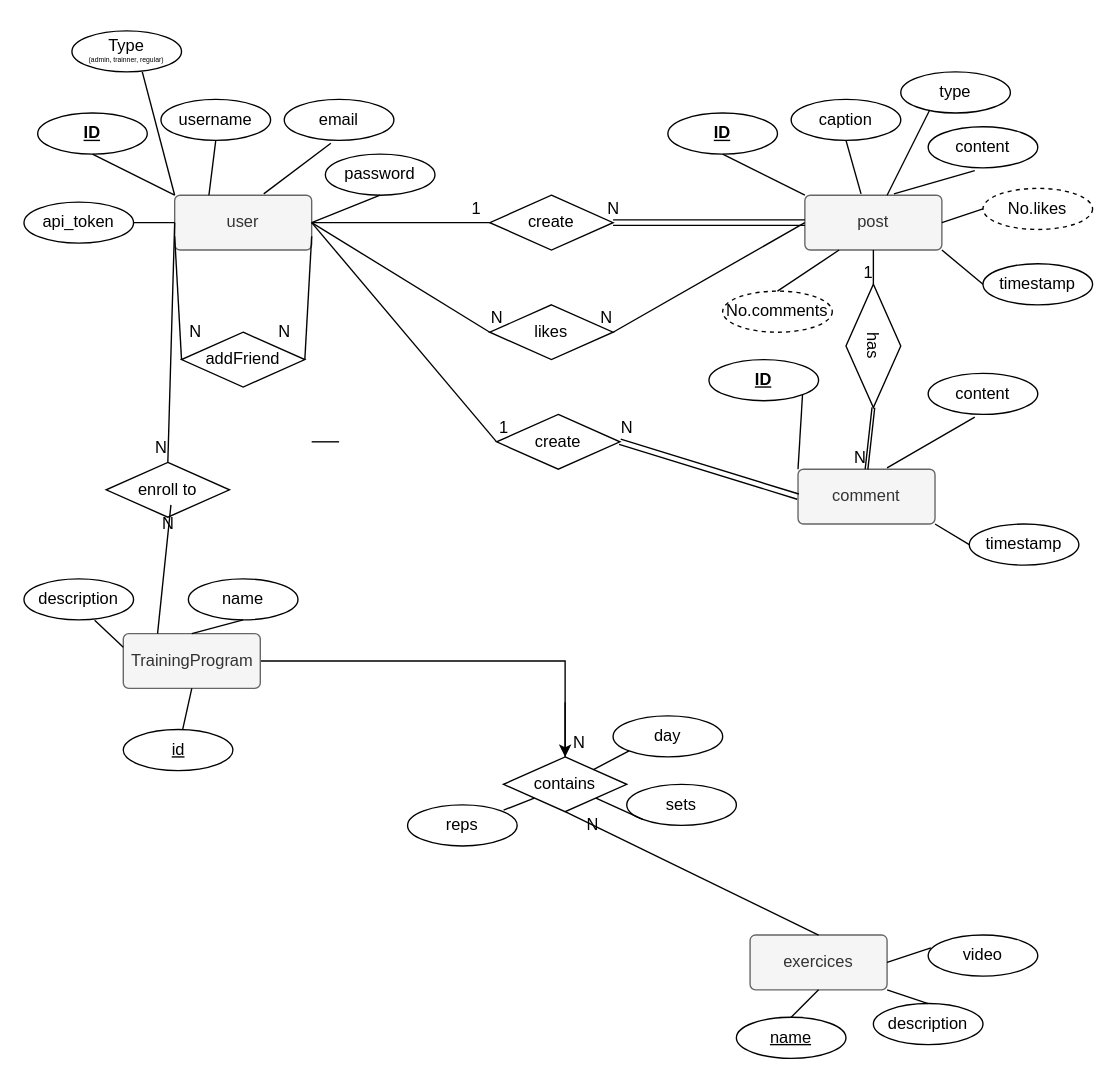
The draw.io diagram ER diagram.drawio in MohammadEssam0/database-related-things, before the edit. Source tidied: cells renumbered, new cells numbered last; positions are measured from the earlier drawing's top-left corner, leaving out a move shared by most shapes. Both pictures are drawn from the tidied source at 137%, with x=0, y=0 at pixel (23, 30).
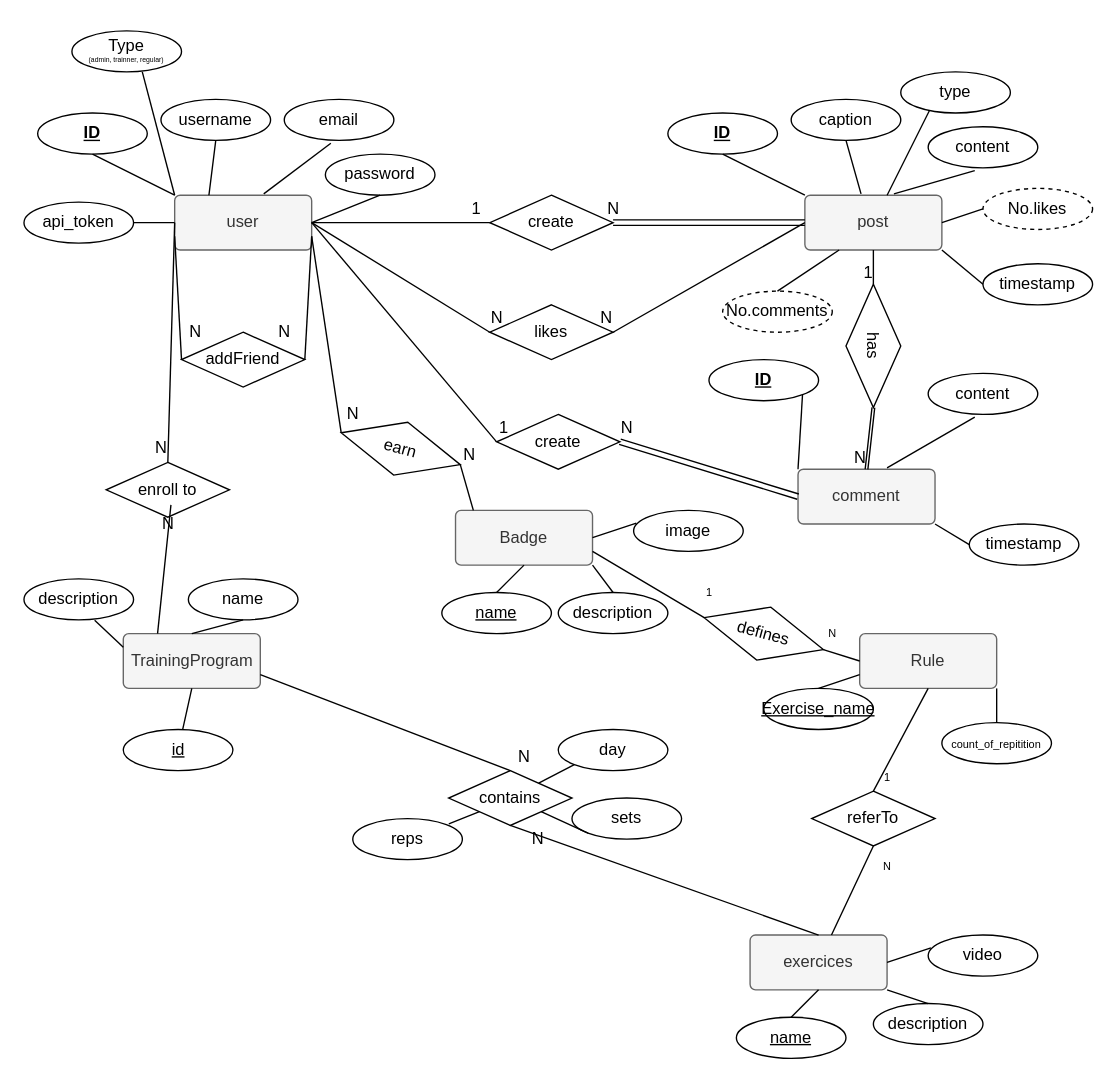
The same page after the edit.

The change refers to these unchanged cells:
```xml
<mxCell id="2" value="user" style="rounded=1;arcSize=10;whiteSpace=wrap;html=1;align=center;fillColor=#f5f5f5;fontColor=#333333;strokeColor=#666666;" parent="1" vertex="1">
  <mxGeometry x="110" y="120" width="100" height="40" as="geometry" />
</mxCell>
<mxCell id="54" value="&lt;div&gt;TrainingProgram&lt;/div&gt;" style="rounded=1;arcSize=10;whiteSpace=wrap;html=1;align=center;fillColor=#f5f5f5;fontColor=#333333;strokeColor=#666666;" parent="1" vertex="1">
  <mxGeometry x="72.5" y="440" width="100" height="40" as="geometry" />
</mxCell>
<mxCell id="59" value="exercices" style="rounded=1;arcSize=10;whiteSpace=wrap;html=1;align=center;fillColor=#f5f5f5;fontColor=#333333;strokeColor=#666666;" parent="1" vertex="1">
  <mxGeometry x="530" y="660" width="100" height="40" as="geometry" />
</mxCell>
```

Change to the diagram source:
```diff
@@
-    <mxCell id="53" style="edgeStyle=orthogonalEdgeStyle;rounded=0;jettySize=auto;html=1;" parent="1" edge="1" source="54" target="66">
-      <mxGeometry relative="1" as="geometry" />
-    </mxCell>
@@
     <mxCell id="66" value="&lt;div&gt;contains&lt;/div&gt;" style="shape=rhombus;perimeter=rhombusPerimeter;whiteSpace=wrap;html=1;align=center;" parent="1" vertex="1">
-      <mxGeometry x="350" y="530" width="90" height="40" as="geometry" />
+      <mxGeometry x="310" y="540" width="90" height="40" as="geometry" />
     </mxCell>
-    <mxCell id="67" style="endArrow=none;html=1;rounded=0;entryX=0.5;entryY=0;entryDx=0;entryDy=0;" parent="1" edge="1" target="66">
-      <mxGeometry relative="1" as="geometry">
-        <mxPoint x="395" y="490" as="sourcePoint" />
-      </mxGeometry>
+    <mxCell id="67" style="endArrow=none;html=1;rounded=0;entryX=0.5;entryY=0;entryDx=0;entryDy=0;exitX=1;exitY=0.75;exitDx=0;exitDy=0;" parent="1" edge="1" source="54" target="66">
+      <mxGeometry relative="1" as="geometry" />
     </mxCell>
@@
     <mxCell id="69" value="day" style="ellipse;whiteSpace=wrap;html=1;align=center;" parent="1" vertex="1">
-      <mxGeometry x="430" y="500" width="80" height="30" as="geometry" />
+      <mxGeometry x="390" y="510" width="80" height="30" as="geometry" />
     </mxCell>
@@
     <mxCell id="71" value="sets" style="ellipse;whiteSpace=wrap;html=1;align=center;" parent="1" vertex="1">
-      <mxGeometry x="440" y="550" width="80" height="30" as="geometry" />
+      <mxGeometry x="400" y="560" width="80" height="30" as="geometry" />
     </mxCell>
@@
     <mxCell id="73" value="reps" style="ellipse;whiteSpace=wrap;html=1;align=center;" parent="1" vertex="1">
-      <mxGeometry x="280" y="565" width="80" height="30" as="geometry" />
+      <mxGeometry x="240" y="575" width="80" height="30" as="geometry" />
     </mxCell>
@@
-    <mxCell id="79" style="endArrow=none;html=1;rounded=0;" parent="1" edge="1">
-      <mxGeometry relative="1" as="geometry">
-        <mxPoint x="230" y="300" as="sourcePoint" />
-        <mxPoint x="210" y="300" as="targetPoint" />
-      </mxGeometry>
-    </mxCell>
@@
     <mxCell id="88" value="N" style="text;html=1;align=center;verticalAlign=middle;strokeColor=none;fillColor=none;rotation=0;" parent="1" vertex="1">
-      <mxGeometry x="395" y="510" width="20" height="20" as="geometry" />
+      <mxGeometry x="355" y="520" width="20" height="20" as="geometry" />
     </mxCell>
     <mxCell id="89" value="N" style="text;html=1;align=center;verticalAlign=middle;strokeColor=none;fillColor=none;rotation=0;" parent="1" vertex="1">
-      <mxGeometry x="405" y="570" width="20" height="20" as="geometry" />
+      <mxGeometry x="365" y="580" width="20" height="20" as="geometry" />
     </mxCell>
@@
+    <mxCell id="94" value="Badge" style="rounded=1;arcSize=10;whiteSpace=wrap;html=1;align=center;fillColor=#f5f5f5;fontColor=#333333;strokeColor=#666666;" parent="1" vertex="1">
+      <mxGeometry x="315" y="350" width="100" height="40" as="geometry" />
+    </mxCell>
+    <mxCell id="95" value="&lt;u&gt;name&lt;/u&gt;" style="ellipse;whiteSpace=wrap;html=1;align=center;" parent="1" vertex="1">
+      <mxGeometry x="305" y="410" width="80" height="30" as="geometry" />
+    </mxCell>
+    <mxCell id="96" style="endArrow=none;html=1;rounded=0;entryX=0.5;entryY=1;entryDx=0;entryDy=0;exitX=0.5;exitY=0;exitDx=0;exitDy=0;" parent="1" edge="1" source="95" target="94">
+      <mxGeometry relative="1" as="geometry" />
+    </mxCell>
+    <mxCell id="97" value="description" style="ellipse;whiteSpace=wrap;html=1;align=center;" parent="1" vertex="1">
+      <mxGeometry x="390" y="410" width="80" height="30" as="geometry" />
+    </mxCell>
+    <mxCell id="98" style="endArrow=none;html=1;rounded=0;exitX=0.5;exitY=0;exitDx=0;exitDy=0;entryX=1;entryY=1;entryDx=0;entryDy=0;" parent="1" edge="1" source="97" target="94">
+      <mxGeometry relative="1" as="geometry" />
+    </mxCell>
+    <mxCell id="99" value="image" style="ellipse;whiteSpace=wrap;html=1;align=center;" parent="1" vertex="1">
+      <mxGeometry x="445" y="350" width="80" height="30" as="geometry" />
+    </mxCell>
+    <mxCell id="100" style="endArrow=none;html=1;rounded=0;exitX=0.025;exitY=0.311;exitDx=0;exitDy=0;entryX=1;entryY=0.5;entryDx=0;entryDy=0;exitPerimeter=0;" parent="1" edge="1" source="99" target="94">
+      <mxGeometry relative="1" as="geometry" />
+    </mxCell>
+    <mxCell id="101" value="earn" style="shape=rhombus;perimeter=rhombusPerimeter;whiteSpace=wrap;html=1;align=center;rotation=15;" parent="1" vertex="1">
+      <mxGeometry x="230" y="285" width="90" height="40" as="geometry" />
+    </mxCell>
+    <mxCell id="102" style="endArrow=none;html=1;rounded=0;entryX=1;entryY=0.75;entryDx=0;entryDy=0;exitX=0;exitY=0.5;exitDx=0;exitDy=0;" parent="1" edge="1" source="101" target="2">
+      <mxGeometry relative="1" as="geometry" />
+    </mxCell>
+    <mxCell id="103" style="endArrow=none;html=1;rounded=0;entryX=1;entryY=0.5;entryDx=0;entryDy=0;exitX=0.13;exitY=0;exitDx=0;exitDy=0;exitPerimeter=0;" parent="1" edge="1" source="94" target="101">
+      <mxGeometry relative="1" as="geometry" />
+    </mxCell>
+    <mxCell id="104" value="N" style="text;html=1;align=center;verticalAlign=middle;strokeColor=none;fillColor=none;" parent="1" vertex="1">
+      <mxGeometry x="230" y="270" width="20" height="20" as="geometry" />
+    </mxCell>
+    <mxCell id="105" value="N" style="text;html=1;align=center;verticalAlign=middle;strokeColor=none;fillColor=none;" parent="1" vertex="1">
+      <mxGeometry x="315" y="300" width="20" height="20" as="geometry" />
+    </mxCell>
+    <mxCell id="106" value="Rule" style="rounded=1;arcSize=10;whiteSpace=wrap;html=1;align=center;fillColor=#f5f5f5;fontColor=#333333;strokeColor=#666666;" parent="1" vertex="1">
+      <mxGeometry x="610" y="440" width="100" height="40" as="geometry" />
+    </mxCell>
+    <mxCell id="107" value="&lt;u&gt;Exercise_name&lt;/u&gt;" style="ellipse;whiteSpace=wrap;html=1;align=center;" parent="1" vertex="1">
+      <mxGeometry x="540" y="480" width="80" height="30" as="geometry" />
+    </mxCell>
+    <mxCell id="108" style="endArrow=none;html=1;rounded=0;entryX=0;entryY=0.75;entryDx=0;entryDy=0;exitX=0.5;exitY=0;exitDx=0;exitDy=0;" parent="1" edge="1" source="107" target="106">
+      <mxGeometry relative="1" as="geometry" />
+    </mxCell>
+    <mxCell id="109" value="&lt;font style=&quot;font-size: 8px;&quot;&gt;count_of_repitition&lt;br&gt;&lt;/font&gt;" style="ellipse;whiteSpace=wrap;html=1;align=center;" parent="1" vertex="1">
+      <mxGeometry x="670" y="505" width="80" height="30" as="geometry" />
+    </mxCell>
+    <mxCell id="110" style="endArrow=none;html=1;rounded=0;exitX=0.5;exitY=0;exitDx=0;exitDy=0;entryX=1;entryY=1;entryDx=0;entryDy=0;" parent="1" edge="1" source="109" target="106">
+      <mxGeometry relative="1" as="geometry" />
+    </mxCell>
+    <mxCell id="111" value="defines" style="shape=rhombus;perimeter=rhombusPerimeter;whiteSpace=wrap;html=1;align=center;rotation=15;" parent="1" vertex="1">
+      <mxGeometry x="495" y="420" width="90" height="40" as="geometry" />
+    </mxCell>
+    <mxCell id="112" style="endArrow=none;html=1;rounded=0;fontSize=8;exitX=1;exitY=0.75;exitDx=0;exitDy=0;entryX=0;entryY=0.5;entryDx=0;entryDy=0;" parent="1" edge="1" source="94" target="111">
+      <mxGeometry relative="1" as="geometry" />
+    </mxCell>
+    <mxCell id="113" style="endArrow=none;html=1;rounded=0;fontSize=8;exitX=1;exitY=0.5;exitDx=0;exitDy=0;entryX=0;entryY=0.5;entryDx=0;entryDy=0;" parent="1" edge="1" source="111" target="106">
+      <mxGeometry relative="1" as="geometry" />
+    </mxCell>
+    <mxCell id="114" value="1" style="text;html=1;align=center;verticalAlign=middle;strokeColor=none;fillColor=none;fontSize=8;" parent="1" vertex="1">
+      <mxGeometry x="490" y="400" width="20" height="20" as="geometry" />
+    </mxCell>
+    <mxCell id="115" value="N" style="text;html=1;align=center;verticalAlign=middle;strokeColor=none;fillColor=none;fontSize=8;" parent="1" vertex="1">
+      <mxGeometry x="580" y="430" width="20" height="20" as="geometry" />
+    </mxCell>
+    <mxCell id="116" style="endArrow=none;html=1;rounded=0;fontSize=8;entryX=0.5;entryY=1;entryDx=0;entryDy=0;exitX=0.5;exitY=0;exitDx=0;exitDy=0;" parent="1" edge="1" source="117" target="106">
+      <mxGeometry relative="1" as="geometry" />
+    </mxCell>
+    <mxCell id="117" value="&lt;div&gt;referTo&lt;/div&gt;" style="shape=rhombus;perimeter=rhombusPerimeter;whiteSpace=wrap;html=1;align=center;" parent="1" vertex="1">
+      <mxGeometry x="575" y="555" width="90" height="40" as="geometry" />
+    </mxCell>
+    <mxCell id="118" style="endArrow=none;html=1;rounded=0;fontSize=8;entryX=0.5;entryY=1;entryDx=0;entryDy=0;" parent="1" edge="1" source="59" target="117">
+      <mxGeometry relative="1" as="geometry" />
+    </mxCell>
+    <mxCell id="119" value="1" style="text;html=1;align=center;verticalAlign=middle;strokeColor=none;fillColor=none;fontSize=8;" parent="1" vertex="1">
+      <mxGeometry x="620" y="535" width="20" height="20" as="geometry" />
+    </mxCell>
+    <mxCell id="120" value="N" style="text;html=1;align=center;verticalAlign=middle;strokeColor=none;fillColor=none;fontSize=8;" parent="1" vertex="1">
+      <mxGeometry x="620" y="600" width="20" height="20" as="geometry" />
+    </mxCell>
```
